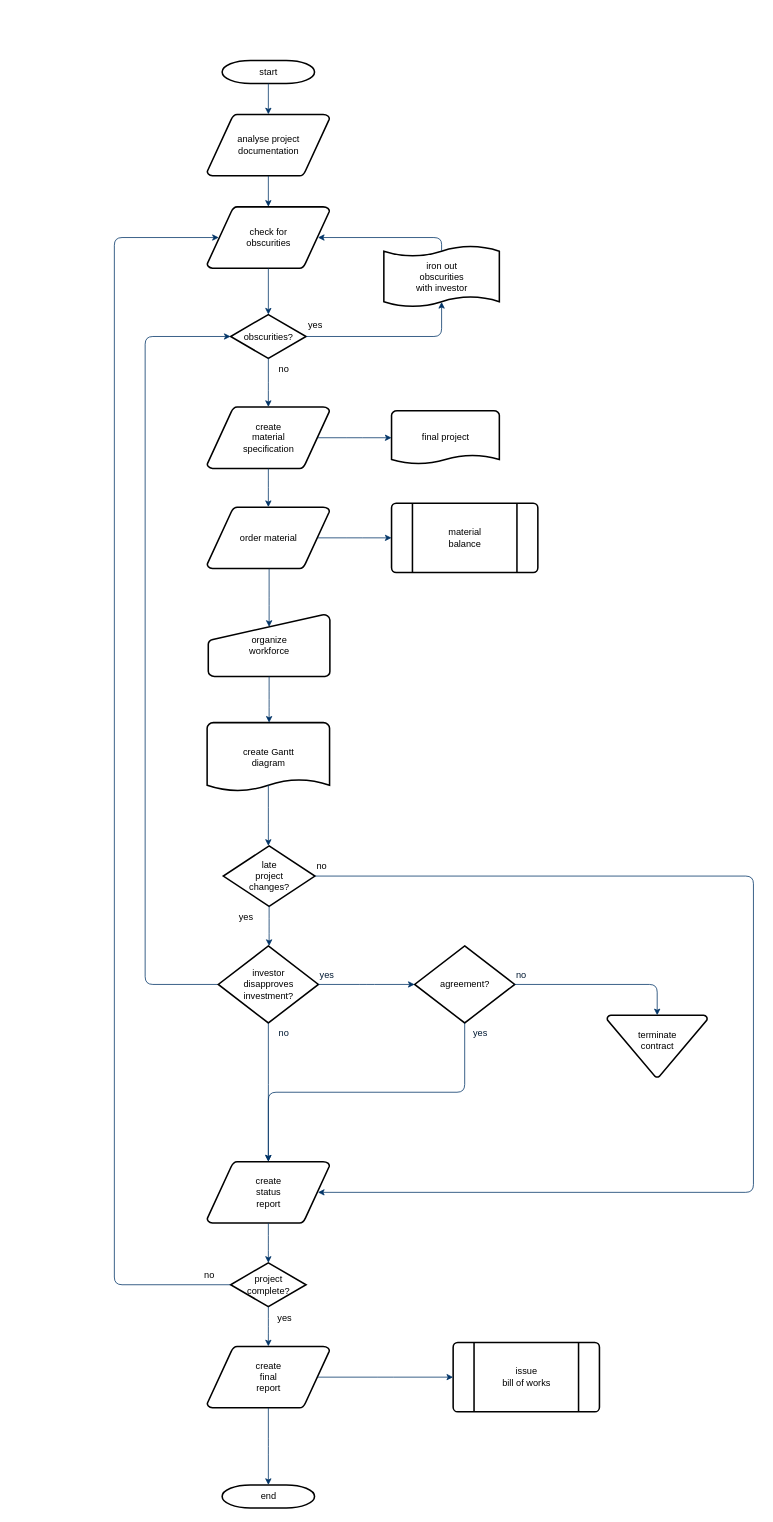
Twenty-Gao/Twenty-Gao keeps this draw.io diagram as picture/optimization.drawio. Above is the earlier version. Source tidied: cells renumbered, new cells numbered last; positions are measured from the earlier drawing's top-left corner, leaving out a move shared by most shapes. Both pictures are drawn from the tidied source at 77%, with x=0, y=0 at pixel (114, 60).
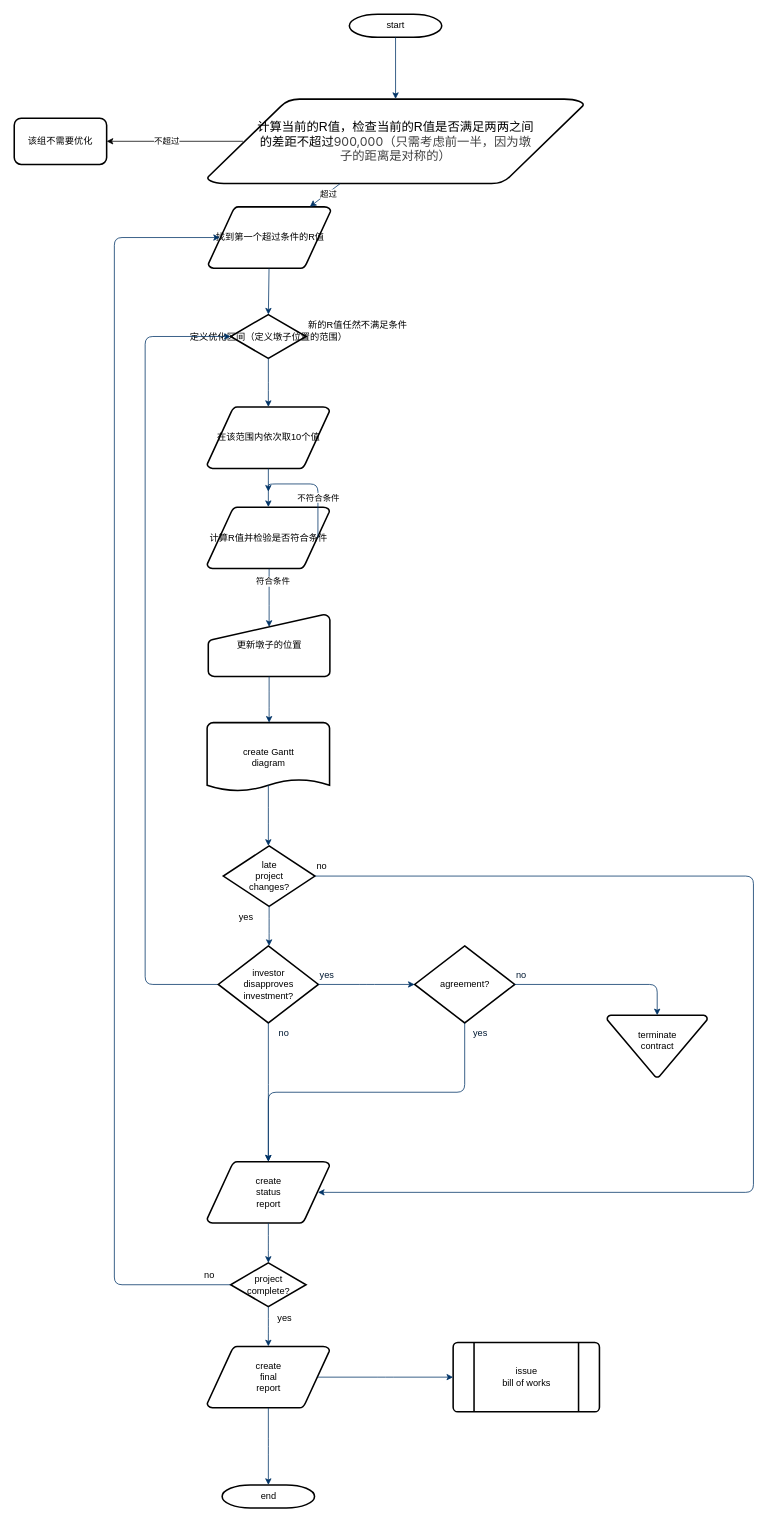
The same page after the edit.

Unchanged cells that the change refers to:
```xml
<mxCell id="8" style="fontStyle=1;strokeColor=#003366;strokeWidth=1;html=1;" parent="1" edge="1" source="3" target="5">
  <mxGeometry relative="1" as="geometry" />
</mxCell>
<mxCell id="9" style="entryX=0.5;entryY=0;entryPerimeter=0;fontStyle=1;strokeColor=#003366;strokeWidth=1;html=1;" parent="1" edge="1" source="5" target="6">
  <mxGeometry relative="1" as="geometry" />
</mxCell>
<mxCell id="21" style="edgeStyle=elbowEdgeStyle;elbow=horizontal;entryX=0.5;entryY=0.195;entryPerimeter=0;fontStyle=1;strokeColor=#003366;strokeWidth=1;html=1;" parent="1" edge="1" source="13" target="20">
  <mxGeometry as="geometry" />
</mxCell>
```

Change to the diagram source:
```diff
@@
     <mxCell id="2" value="start" style="shape=mxgraph.flowchart.terminator;strokeWidth=2;gradientColor=none;gradientDirection=north;fontStyle=0;html=1;" parent="1" vertex="1">
-      <mxGeometry x="140" width="120" height="30" as="geometry" />
+      <mxGeometry x="305.2" y="-60" width="120" height="30" as="geometry" />
     </mxCell>
+    <mxCell id="56" style="edgeStyle=orthogonalEdgeStyle;rounded=0;jettySize=auto;html=1;exitX=0.095;exitY=0.5;exitDx=0;exitDy=0;exitPerimeter=0;" parent="1" edge="1" source="3" target="63">
+      <mxGeometry relative="1" as="geometry" />
+    </mxCell>
+    <mxCell id="57" value="不超过" style="edgeLabel;html=1;align=center;verticalAlign=middle;" parent="56" vertex="1">
+      <mxGeometry x="0.13" y="-1" relative="1" as="geometry" />
+    </mxCell>
-    <mxCell id="3" value="analyse project&#10; documentation" style="shape=mxgraph.flowchart.data;strokeWidth=2;gradientColor=none;gradientDirection=north;fontStyle=0;html=1;" parent="1" vertex="1">
-      <mxGeometry x="120.5" y="70" width="159" height="80" as="geometry" />
+    <mxCell id="3" value="&lt;div style=&quot;&quot;&gt;&lt;span style=&quot;background-color: transparent; color: light-dark(rgb(0, 0, 0), rgb(255, 255, 255)); font-size: 16px;&quot;&gt;计算当前的R值，检查当前的R值是否满足两两之间&lt;/span&gt;&lt;/div&gt;&lt;div style=&quot;&quot;&gt;&lt;span style=&quot;background-color: transparent; color: light-dark(rgb(0, 0, 0), rgb(255, 255, 255)); font-size: 16px;&quot;&gt;的差距不超过&lt;/span&gt;&lt;span style=&quot;background-color: transparent; text-wrap-mode: wrap; color: rgb(64, 64, 64); font-family: Inter, system-ui, -apple-system, BlinkMacSystemFont, &amp;quot;Segoe UI&amp;quot;, Roboto, &amp;quot;Noto Sans&amp;quot;, Ubuntu, Cantarell, &amp;quot;Helvetica Neue&amp;quot;, Oxygen, &amp;quot;Open Sans&amp;quot;, sans-serif; font-size: 16px;&quot;&gt;900,000（只需考虑前一半，因为墩子的距离是对称的）&lt;/span&gt;&lt;/div&gt;" style="shape=mxgraph.flowchart.data;strokeWidth=2;gradientColor=none;gradientDirection=north;fontStyle=0;html=1;align=center;" parent="1" vertex="1">
+      <mxGeometry x="120.5" y="50" width="489.5" height="110" as="geometry" />
     </mxCell>
-    <mxCell id="4" value="create&#10;material&#10;specification" style="shape=mxgraph.flowchart.data;strokeWidth=2;gradientColor=none;gradientDirection=north;fontStyle=0;html=1;" parent="1" vertex="1">
+    <mxCell id="4" value="在该范围内依次取10个值" style="shape=mxgraph.flowchart.data;strokeWidth=2;gradientColor=none;gradientDirection=north;fontStyle=0;html=1;" parent="1" vertex="1">
       <mxGeometry x="120.5" y="450" width="159" height="80" as="geometry" />
     </mxCell>
-    <mxCell id="5" value="check for&#10;obscurities" style="shape=mxgraph.flowchart.data;strokeWidth=2;gradientColor=none;gradientDirection=north;fontStyle=0;html=1;" parent="1" vertex="1">
-      <mxGeometry x="120.5" y="190" width="159" height="80" as="geometry" />
+    <mxCell id="5" value="找到第一个超过条件的R值" style="shape=mxgraph.flowchart.data;strokeWidth=2;gradientColor=none;gradientDirection=north;fontStyle=0;html=1;" parent="1" vertex="1">
+      <mxGeometry x="122" y="190" width="159" height="80" as="geometry" />
     </mxCell>
-    <mxCell id="6" value="obscurities?" style="shape=mxgraph.flowchart.decision;strokeWidth=2;gradientColor=none;gradientDirection=north;fontStyle=0;html=1;" parent="1" vertex="1">
+    <mxCell id="6" value="定义优化区间（定义墩子位置的范围）" style="shape=mxgraph.flowchart.decision;strokeWidth=2;gradientColor=none;gradientDirection=north;fontStyle=0;html=1;" parent="1" vertex="1">
       <mxGeometry x="151" y="330" width="98" height="57" as="geometry" />
     </mxCell>
@@
+    <mxCell id="58" value="超过" style="edgeLabel;html=1;align=center;verticalAlign=middle;" parent="8" vertex="1">
+      <mxGeometry x="-0.17" y="1" relative="1" as="geometry" />
+    </mxCell>
@@
-    <mxCell id="10" style="edgeStyle=elbowEdgeStyle;elbow=horizontal;entryX=0.5;entryY=0.91;entryPerimeter=0;exitX=1;exitY=0.5;exitPerimeter=0;fontStyle=1;strokeColor=#003366;strokeWidth=1;html=1;" parent="1" edge="1" source="6" target="51">
-      <mxGeometry x="381" y="28.5" as="geometry">
-        <Array as="points">
-          <mxPoint x="425" y="340" />
-        </Array>
-      </mxGeometry>
-    </mxCell>
+    <mxCell id="59" value="&lt;div&gt;&lt;br&gt;&lt;/div&gt;&lt;div&gt;&lt;br&gt;&lt;/div&gt;" style="edgeLabel;html=1;align=center;verticalAlign=middle;" parent="9" vertex="1">
+      <mxGeometry x="-0.03" y="-1" relative="1" as="geometry" />
+    </mxCell>
+    <mxCell id="60" value="&lt;div&gt;&lt;br&gt;&lt;/div&gt;&lt;div&gt;&lt;br&gt;&lt;/div&gt;" style="edgeLabel;html=1;align=center;verticalAlign=middle;" parent="9" vertex="1">
+      <mxGeometry x="-0.03" y="7" relative="1" as="geometry" />
+    </mxCell>
-    <mxCell id="11" value="yes" style="text;fontStyle=0;html=1;strokeColor=none;gradientColor=none;fillColor=none;strokeWidth=2;" parent="1" vertex="1">
+    <mxCell id="11" value="新的R值任然不满足条件" style="text;fontStyle=0;html=1;strokeColor=none;gradientColor=none;fillColor=none;strokeWidth=2;" parent="1" vertex="1">
       <mxGeometry x="250" y="330" width="40" height="26" as="geometry" />
     </mxCell>
@@
-    <mxCell id="13" value="order material" style="shape=mxgraph.flowchart.data;strokeWidth=2;gradientColor=none;gradientDirection=north;fontStyle=0;html=1;" parent="1" vertex="1">
+    <mxCell id="13" value="计算R值并检验是否符合条件" style="shape=mxgraph.flowchart.data;strokeWidth=2;gradientColor=none;gradientDirection=north;fontStyle=0;html=1;" parent="1" vertex="1">
       <mxGeometry x="120.5" y="580" width="159" height="80" as="geometry" />
     </mxCell>
-    <mxCell id="14" value="no" style="text;fontStyle=0;html=1;strokeColor=none;gradientColor=none;fillColor=none;strokeWidth=2;align=center;" parent="1" vertex="1">
-      <mxGeometry x="200" y="387" width="40" height="26" as="geometry" />
-    </mxCell>
-    <mxCell id="15" value="final project" style="shape=mxgraph.flowchart.document;strokeWidth=2;gradientColor=none;gradientDirection=north;fontStyle=0;html=1;" parent="1" vertex="1">
-      <mxGeometry x="360" y="455" width="140" height="70" as="geometry" />
-    </mxCell>
-    <mxCell id="16" style="edgeStyle=elbowEdgeStyle;elbow=horizontal;exitX=0.905;exitY=0.5;exitPerimeter=0;fontStyle=1;strokeColor=#003366;strokeWidth=1;html=1;" parent="1" edge="1" source="4" target="15">
-      <mxGeometry as="geometry" />
-    </mxCell>
-    <mxCell id="17" style="edgeStyle=elbowEdgeStyle;elbow=horizontal;fontStyle=1;strokeColor=#003366;strokeWidth=1;html=1;" parent="1" edge="1" source="4" target="13">
+    <mxCell id="17" style="edgeStyle=elbowEdgeStyle;elbow=vertical;fontStyle=1;strokeColor=#003366;strokeWidth=1;html=1;" parent="1" edge="1" source="4" target="13">
       <mxGeometry as="geometry" />
     </mxCell>
-    <mxCell id="18" value="material&#10;balance" style="shape=mxgraph.flowchart.predefined_process;strokeWidth=2;gradientColor=none;gradientDirection=north;fontStyle=0;html=1;" parent="1" vertex="1">
-      <mxGeometry x="360" y="575" width="190" height="90" as="geometry" />
-    </mxCell>
-    <mxCell id="19" style="edgeStyle=elbowEdgeStyle;elbow=horizontal;exitX=0.905;exitY=0.5;exitPerimeter=0;fontStyle=1;strokeColor=#003366;strokeWidth=1;html=1;" parent="1" edge="1" source="13" target="18">
-      <mxGeometry as="geometry" />
+    <mxCell id="19" style="edgeStyle=elbowEdgeStyle;elbow=vertical;exitX=0.905;exitY=0.5;exitPerimeter=0;fontStyle=1;strokeColor=#003366;strokeWidth=1;html=1;" parent="1" edge="1" source="13">
+      <mxGeometry as="geometry">
+        <mxPoint x="200" y="560" as="targetPoint" />
+        <Array as="points">
+          <mxPoint x="470" y="550" />
+        </Array>
+      </mxGeometry>
     </mxCell>
+    <mxCell id="61" value="不符合条件" style="edgeLabel;html=1;align=center;verticalAlign=middle;" parent="19" vertex="1">
+      <mxGeometry relative="1" as="geometry">
+        <mxPoint x="2" y="17" as="offset" />
+      </mxGeometry>
+    </mxCell>
-    <mxCell id="20" value="organize &#10;workforce" style="shape=mxgraph.flowchart.manual_input;strokeWidth=2;gradientColor=none;gradientDirection=north;fontStyle=0;html=1;" parent="1" vertex="1">
+    <mxCell id="20" value="更新墩子的位置" style="shape=mxgraph.flowchart.manual_input;strokeWidth=2;gradientColor=none;gradientDirection=north;fontStyle=0;html=1;" parent="1" vertex="1">
       <mxGeometry x="122" y="720" width="158" height="80" as="geometry" />
     </mxCell>
@@
+    <mxCell id="62" value="符合条件" style="edgeLabel;html=1;align=center;verticalAlign=middle;" parent="21" vertex="1">
+      <mxGeometry relative="1" as="geometry">
+        <mxPoint x="4" y="-22" as="offset" />
+      </mxGeometry>
+    </mxCell>
@@
-    <mxCell id="51" value="iron out&#10;obscurities &#10;with investor" style="shape=mxgraph.flowchart.paper_tape;strokeWidth=2;gradientColor=none;gradientDirection=north;fontStyle=0;html=1;" parent="1" vertex="1">
-      <mxGeometry x="350" y="240" width="150" height="81" as="geometry" />
-    </mxCell>
-    <mxCell id="52" style="edgeStyle=elbowEdgeStyle;elbow=horizontal;exitX=0.5;exitY=0.09;exitPerimeter=0;entryX=0.905;entryY=0.5;entryPerimeter=0;fontStyle=1;strokeColor=#003366;strokeWidth=1;html=1;" parent="1" edge="1" source="51" target="5">
-      <mxGeometry as="geometry">
-        <Array as="points">
-          <mxPoint x="425" y="240" />
-        </Array>
-      </mxGeometry>
-    </mxCell>
@@
+    <mxCell id="63" value="该组不需要优化" style="rounded=1;whiteSpace=wrap;html=1;strokeWidth=2;gradientColor=none;gradientDirection=north;fontStyle=0;" parent="1" vertex="1">
+      <mxGeometry x="-130" y="75" width="120" height="60" as="geometry" />
+    </mxCell>
```
